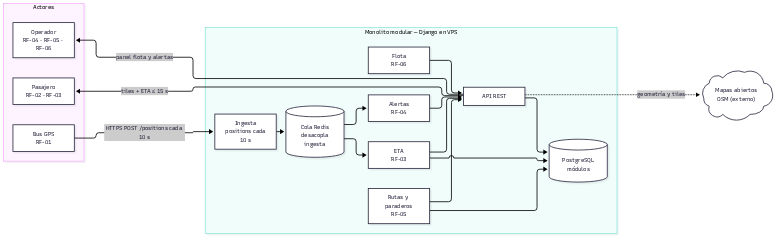
The Mermaid diagram docs/architecture/diagramas/img/arquitectura.png in F4brici0L4yme/cs-2026b-lab04-grupo-b, before a commit. Its source is kept beside it as docs/architecture/diagramas/arquitectura.mmd. The source it was exported from:
```mermaid
flowchart LR
  subgraph Actores[Actores]
    BUS[Bus GPS\nRF-01]
    PAX[Pasajero\nRF-02 · RF-03]
    OPS[Operador\nRF-04 · RF-05 · RF-06]
  end
  subgraph App[Monolito modular — Django en VPS]
    ING[Ingesta\n positions cada 10 s]
    QUEUE[(Cola Redis\n desacopla ingesta)]
    ETA[ETA\nRF-03]
    ALE[Alertas\nRF-04]
    FLO[Flota\nRF-06]
    RUT[Rutas y paraderos\nRF-05]
    API[API REST]
    DB[(PostgreSQL\nmódulos)]
  end
  MAPS@{ shape: cloud, label: "Mapas abiertos\nOSM (externo)" }
  BUS -->|HTTPS POST /positions cada 10 s| ING
  ING --> QUEUE
  QUEUE --> ETA
  QUEUE --> ALE
  ETA --> API
  FLO --> API
  RUT --> API
  ALE --> API
  API --> DB
  ETA --> DB
  RUT --> DB
  API -->|tiles + ETA ≤ 15 s| PAX
  API -->|panel flota y alertas| OPS
  API -.->|geometría y tiles| MAPS
```
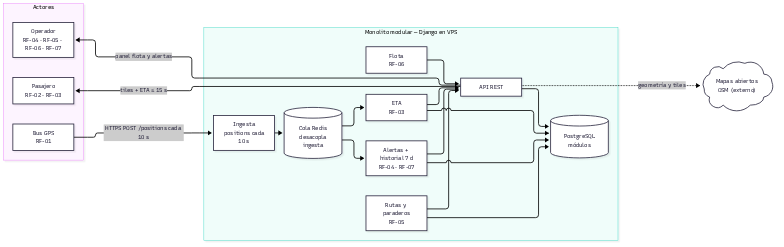
After the change.

Commit message:
E3: RF-07 historial de alertas

Diff of the diagram source:
```diff
@@ -2,13 +2,13 @@
   subgraph Actores[Actores]
     BUS[Bus GPS\nRF-01]
     PAX[Pasajero\nRF-02 · RF-03]
-    OPS[Operador\nRF-04 · RF-05 · RF-06]
+    OPS[Operador\nRF-04 · RF-05 · RF-06 · RF-07]
   end
   subgraph App[Monolito modular — Django en VPS]
     ING[Ingesta\n positions cada 10 s]
     QUEUE[(Cola Redis\n desacopla ingesta)]
     ETA[ETA\nRF-03]
-    ALE[Alertas\nRF-04]
+    ALE[Alertas + historial 7 d\nRF-04 · RF-07]
     FLO[Flota\nRF-06]
     RUT[Rutas y paraderos\nRF-05]
     API[API REST]
@@ -23,6 +23,7 @@
   FLO --> API
   RUT --> API
   ALE --> API
+  ALE --> DB
   API --> DB
   ETA --> DB
   RUT --> DB
```
